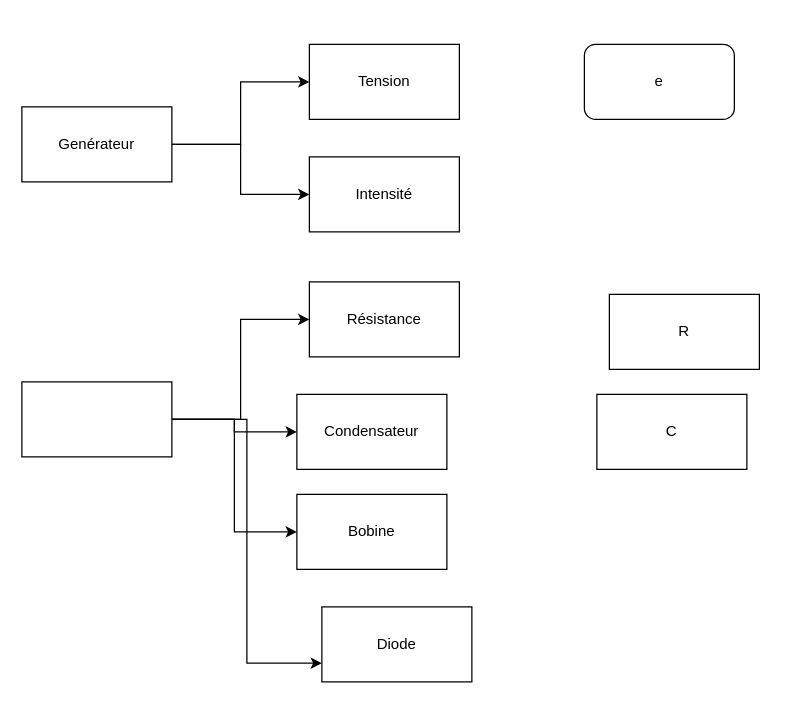
The draw.io diagram 未命名绘图.drawio in Jenniewww/Truc, before the edit. Source tidied: cells renumbered, new cells numbered last; positions are measured from the earlier drawing's top-left corner, leaving out a move shared by most shapes. Both pictures are drawn from the tidied source at 125%, with x=0, y=0 at pixel (21, 44). Pictures stored in the file or linked from it are replaced by grey dashed boxes.
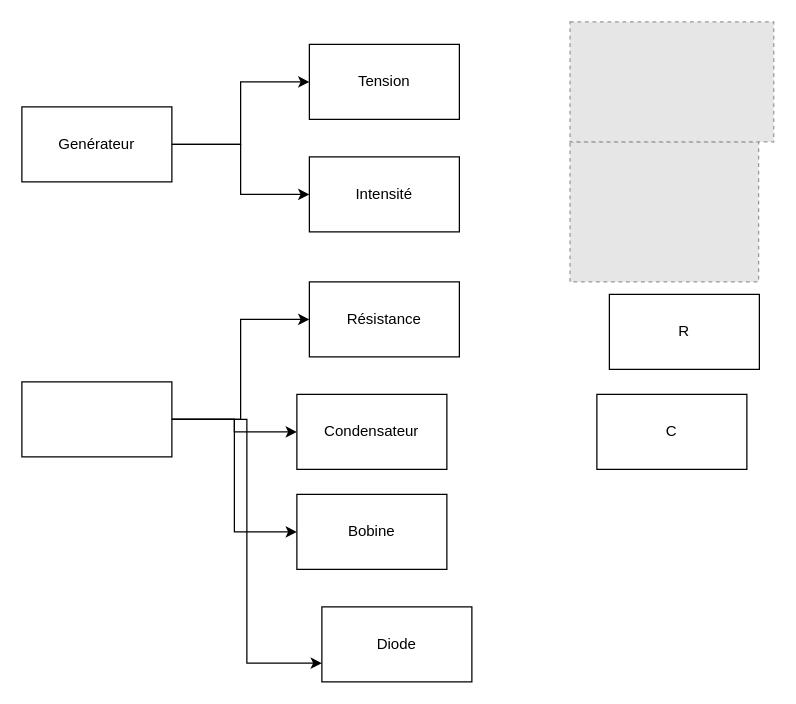
After the change.

Commit message (it also covers changes not shown here):
更新未命名绘图.drawio

Change to the diagram source:
```diff
@@
 <mxGraphModel>
   <root>
     <mxCell id="0" />
     <mxCell id="1" parent="0" />
     <mxCell id="2" value="Résistance" style="whiteSpace=wrap;html=1;" parent="1" vertex="1">
       <mxGeometry x="230" y="190" width="120" height="60" as="geometry" />
     </mxCell>
     <mxCell id="3" value="Condensateur" style="whiteSpace=wrap;html=1;" parent="1" vertex="1">
       <mxGeometry x="220" y="280" width="120" height="60" as="geometry" />
     </mxCell>
     <mxCell id="4" value="Bobine" style="whiteSpace=wrap;html=1;" parent="1" vertex="1">
       <mxGeometry x="220" y="360" width="120" height="60" as="geometry" />
     </mxCell>
     <mxCell id="5" value="Diode" style="whiteSpace=wrap;html=1;" parent="1" vertex="1">
       <mxGeometry x="240" y="450" width="120" height="60" as="geometry" />
     </mxCell>
     <mxCell id="6" style="edgeStyle=orthogonalEdgeStyle;rounded=0;jettySize=auto;html=1;exitX=1;exitY=0.5;exitDx=0;exitDy=0;" parent="1" edge="1" source="8" target="9">
       <mxGeometry relative="1" as="geometry" />
     </mxCell>
     <mxCell id="7" style="edgeStyle=orthogonalEdgeStyle;rounded=0;jettySize=auto;html=1;exitX=1;exitY=0.5;exitDx=0;exitDy=0;entryX=0;entryY=0.5;entryDx=0;entryDy=0;" parent="1" edge="1" source="8" target="10">
       <mxGeometry relative="1" as="geometry" />
     </mxCell>
     <mxCell id="8" value="Genérateur" style="whiteSpace=wrap;html=1;" parent="1" vertex="1">
       <mxGeometry y="50" width="120" height="60" as="geometry" />
     </mxCell>
     <mxCell id="9" value="Tension" style="whiteSpace=wrap;html=1;" parent="1" vertex="1">
       <mxGeometry x="230" width="120" height="60" as="geometry" />
     </mxCell>
     <mxCell id="10" value="Intensité" style="whiteSpace=wrap;html=1;" parent="1" vertex="1">
       <mxGeometry x="230" y="90" width="120" height="60" as="geometry" />
     </mxCell>
     <mxCell id="11" style="edgeStyle=orthogonalEdgeStyle;rounded=0;jettySize=auto;html=1;exitX=1;exitY=0.5;exitDx=0;exitDy=0;entryX=0;entryY=0.5;entryDx=0;entryDy=0;" parent="1" edge="1" source="15" target="2">
       <mxGeometry relative="1" as="geometry" />
     </mxCell>
     <mxCell id="12" style="edgeStyle=orthogonalEdgeStyle;rounded=0;jettySize=auto;html=1;exitX=1;exitY=0.5;exitDx=0;exitDy=0;entryX=0;entryY=0.5;entryDx=0;entryDy=0;" parent="1" edge="1" source="15" target="3">
       <mxGeometry relative="1" as="geometry" />
     </mxCell>
     <mxCell id="13" style="edgeStyle=orthogonalEdgeStyle;rounded=0;jettySize=auto;html=1;exitX=1;exitY=0.5;exitDx=0;exitDy=0;entryX=0;entryY=0.5;entryDx=0;entryDy=0;" parent="1" edge="1" source="15" target="4">
       <mxGeometry relative="1" as="geometry" />
     </mxCell>
     <mxCell id="14" style="edgeStyle=orthogonalEdgeStyle;rounded=0;jettySize=auto;html=1;exitX=1;exitY=0.5;exitDx=0;exitDy=0;entryX=0;entryY=0.75;entryDx=0;entryDy=0;" parent="1" edge="1" source="15" target="5">
       <mxGeometry relative="1" as="geometry" />
     </mxCell>
     <mxCell id="15" style="whiteSpace=wrap;html=1;" parent="1" vertex="1">
       <mxGeometry y="270" width="120" height="60" as="geometry" />
     </mxCell>
-    <mxCell id="16" value="e" style="rounded=1;whiteSpace=wrap;html=1;" parent="1" vertex="1">
-      <mxGeometry x="450" width="120" height="60" as="geometry" />
-    </mxCell>
     <mxCell id="17" value="R" style="whiteSpace=wrap;html=1;" parent="1" vertex="1">
       <mxGeometry x="470" y="200" width="120" height="60" as="geometry" />
     </mxCell>
     <mxCell id="18" value="C" style="whiteSpace=wrap;html=1;" parent="1" vertex="1">
       <mxGeometry x="460" y="280" width="120" height="60" as="geometry" />
     </mxCell>
+    <mxCell id="19" style="fillColor=#E6E6E6;strokeColor=#999999;dashed=1;verticalLabelPosition=bottom;labelBackgroundColor=default;verticalAlign=top;" parent="1" vertex="1">
+      <mxGeometry x="438.5" y="78" width="150.9" height="112" as="geometry" />
+    </mxCell>
+    <mxCell id="20" style="fillColor=#E6E6E6;strokeColor=#999999;dashed=1;verticalLabelPosition=bottom;labelBackgroundColor=default;verticalAlign=top;" parent="1" vertex="1">
+      <mxGeometry x="438.5" y="-18" width="163" height="96" as="geometry" />
+    </mxCell>
   </root>
 </mxGraphModel>
```
